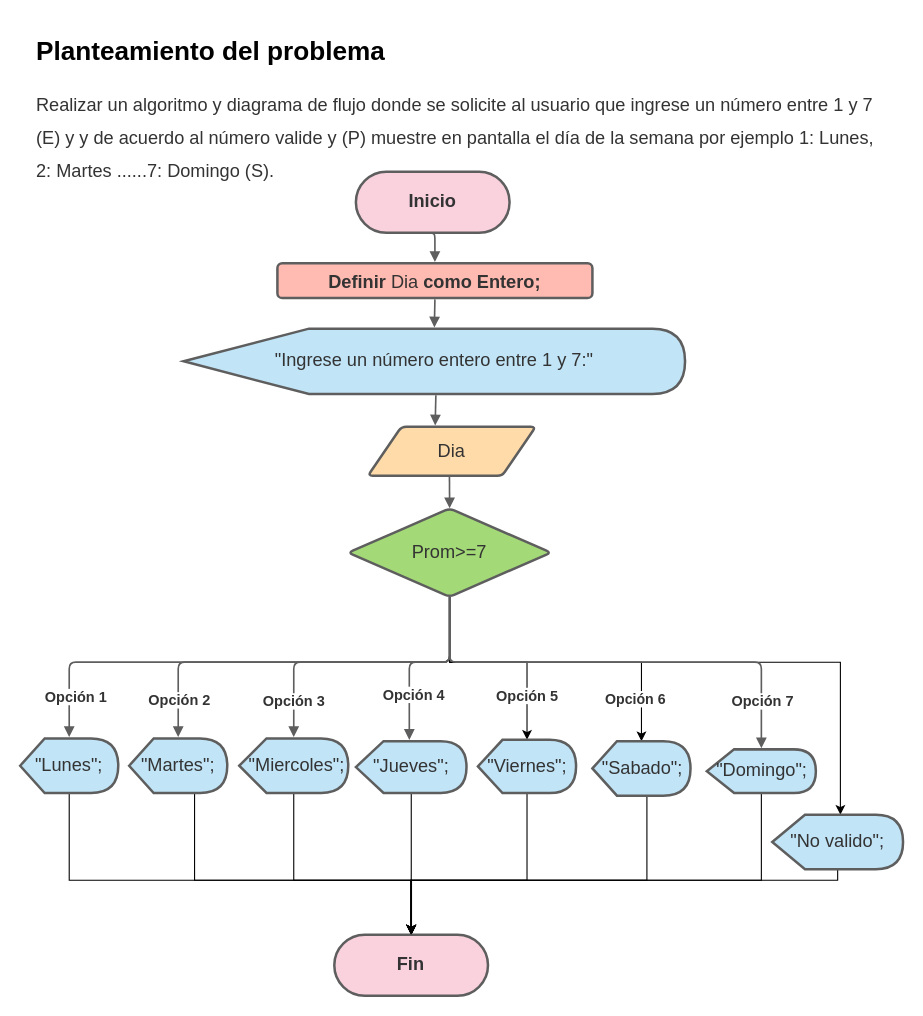
anaaldama/Algoritmos keeps this draw.io diagram as page "Condición Múltiple" (5 of 5) of Diagramas_Condicionales.drawio. Above is the earlier version. Source tidied: cells renumbered, new cells numbered last; positions are measured from the earlier drawing's top-left corner, leaving out a move shared by most shapes. Both pictures are drawn from the tidied source at 109%, with x=0, y=0 at pixel (20, 29).
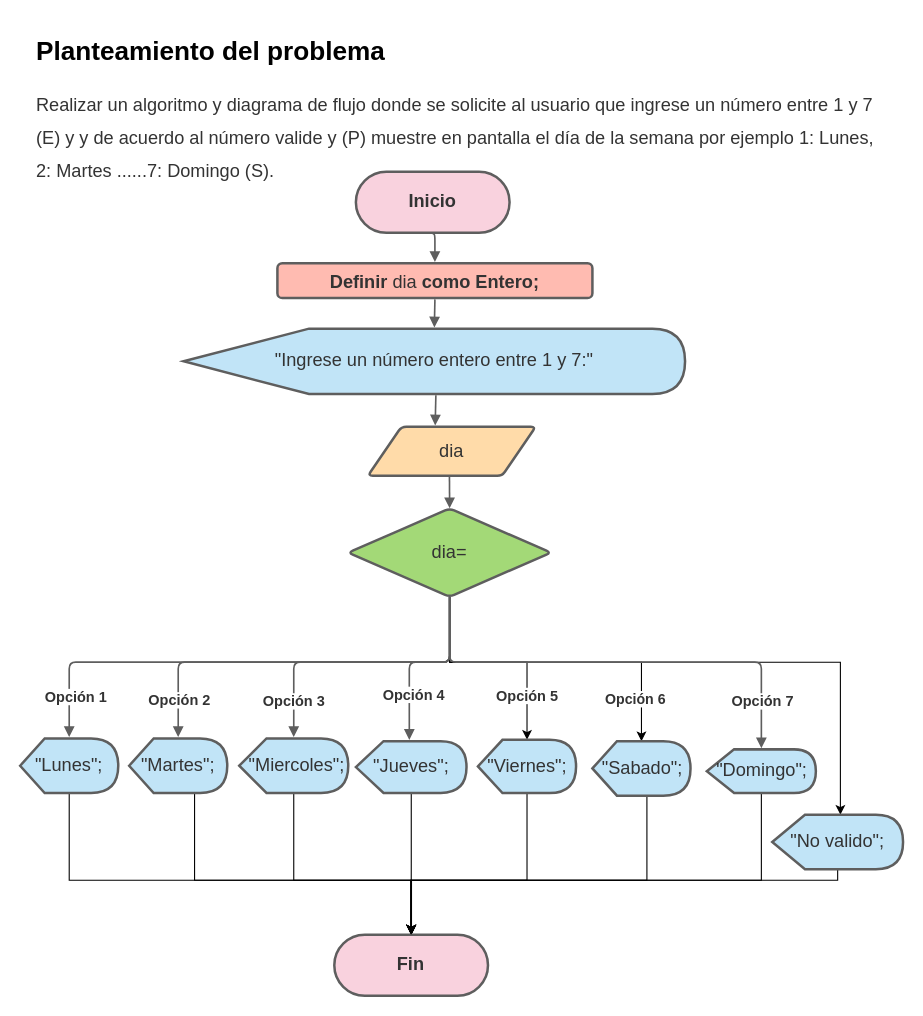
The same page after the edit.

The edit, as a diff of the source:
```diff
@@
-    <mxCell id="5" value="&lt;div style=&quot;display: flex; justify-content: center; text-align: center; align-items: baseline; font-size: 0; line-height: 1.25;margin-top: -2px;&quot;&gt;&lt;span&gt;&lt;span style=&quot;font-size:16.7px;color:#333333;font-weight: bold;&quot;&gt;Definir&lt;/span&gt;&lt;span style=&quot;font-size:16.7px;color:#333333;&quot;&gt; Dia &lt;/span&gt;&lt;span style=&quot;font-size:16.7px;color:#333333;font-weight: bold;&quot;&gt;como Entero;&lt;/span&gt;&lt;/span&gt;&lt;/div&gt;" style="html=1;overflow=block;blockSpacing=1;whiteSpace=wrap;whiteSpace=wrap;fontSize=13;spacing=9;strokeColor=#5E5E5E;fillOpacity=100;rounded=1;absoluteArcSize=1;arcSize=9;fillColor=#ffbbb1;strokeWidth=2.3;" parent="1" vertex="1">
+    <mxCell id="5" value="&lt;div style=&quot;display: flex ; justify-content: center ; text-align: center ; align-items: baseline ; font-size: 0 ; line-height: 1.25 ; margin-top: -2px&quot;&gt;&lt;span&gt;&lt;span style=&quot;font-size: 16.7px ; color: #333333 ; font-weight: bold&quot;&gt;Definir&lt;/span&gt;&lt;span style=&quot;font-size: 16.7px ; color: #333333&quot;&gt;&amp;nbsp;dia &lt;/span&gt;&lt;span style=&quot;font-size: 16.7px ; color: #333333 ; font-weight: bold&quot;&gt;como Entero;&lt;/span&gt;&lt;/span&gt;&lt;/div&gt;" style="html=1;overflow=block;blockSpacing=1;whiteSpace=wrap;whiteSpace=wrap;fontSize=13;spacing=9;strokeColor=#5E5E5E;fillOpacity=100;rounded=1;absoluteArcSize=1;arcSize=9;fillColor=#ffbbb1;strokeWidth=2.3;" parent="1" vertex="1">
       <mxGeometry x="236" y="214" width="289" height="32" as="geometry" />
     </mxCell>
@@
-    <mxCell id="9" value="Dia" style="html=1;overflow=block;blockSpacing=1;whiteSpace=wrap;shape=parallelogram;perimeter=parallelogramPerimeter;anchorPointDirection=0;whiteSpace=wrap;fontSize=16.7;fontColor=#333333;align=center;spacing=3.8;strokeColor=#5E5E5E;fillOpacity=100;rounded=1;absoluteArcSize=1;arcSize=9;fillColor=#ffdba9;strokeWidth=2.3;" parent="1" vertex="1">
+    <mxCell id="9" value="dia" style="html=1;overflow=block;blockSpacing=1;whiteSpace=wrap;shape=parallelogram;perimeter=parallelogramPerimeter;anchorPointDirection=0;whiteSpace=wrap;fontSize=16.7;fontColor=#333333;align=center;spacing=3.8;strokeColor=#5E5E5E;fillOpacity=100;rounded=1;absoluteArcSize=1;arcSize=9;fillColor=#ffdba9;strokeWidth=2.3;" parent="1" vertex="1">
       <mxGeometry x="319" y="364" width="154" height="45" as="geometry" />
     </mxCell>
@@
-    <mxCell id="14" value="Prom&amp;gt;=7" style="html=1;overflow=block;blockSpacing=1;whiteSpace=wrap;rhombus;whiteSpace=wrap;fontSize=16.7;fontColor=#333333;align=center;spacing=3.8;strokeColor=#5E5E5E;fillOpacity=100;rounded=1;absoluteArcSize=1;arcSize=9;fillColor=#a3d977;strokeWidth=2.3;" parent="1" vertex="1">
+    <mxCell id="14" value="dia=" style="html=1;overflow=block;blockSpacing=1;whiteSpace=wrap;rhombus;whiteSpace=wrap;fontSize=16.7;fontColor=#333333;align=center;spacing=3.8;strokeColor=#5E5E5E;fillOpacity=100;rounded=1;absoluteArcSize=1;arcSize=9;fillColor=#a3d977;strokeWidth=2.3;" parent="1" vertex="1">
       <mxGeometry x="301" y="439" width="186" height="81" as="geometry" />
     </mxCell>
```
